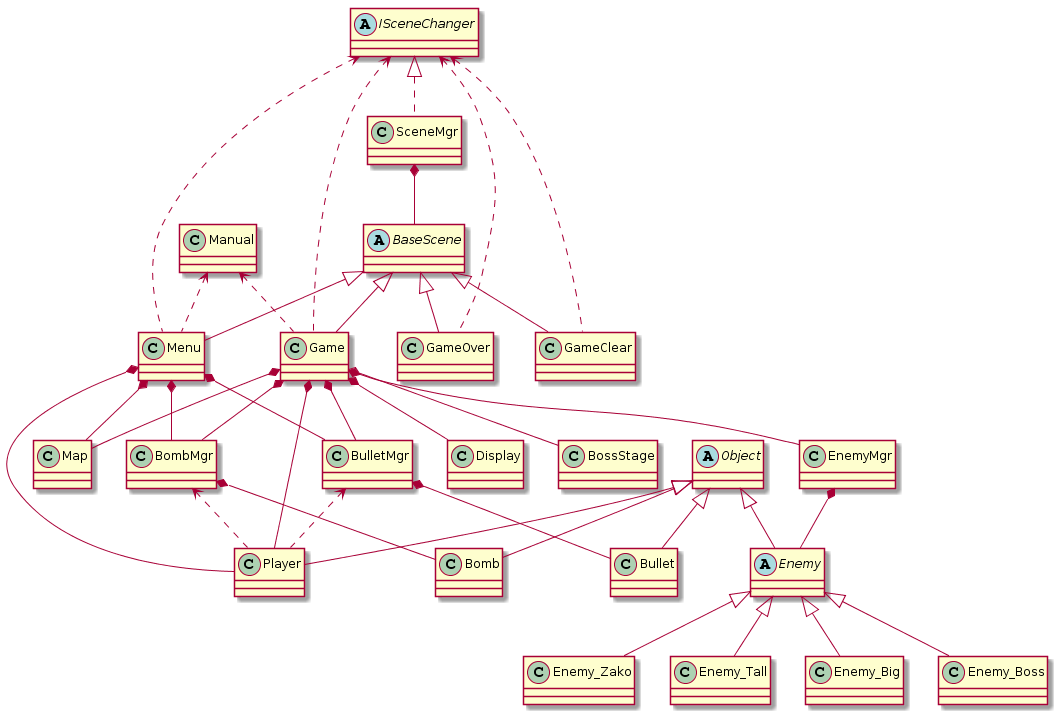
This is ClassDiagram/classdiagram.png from tako39/ActionGame, a PlantUML export, as it was before one commit.
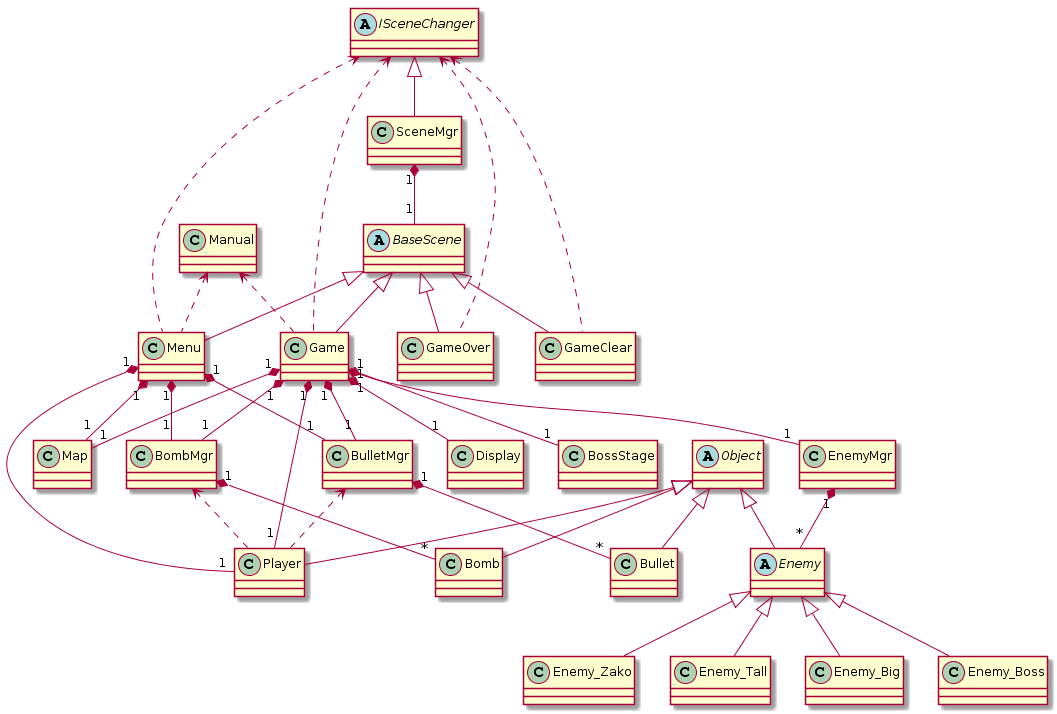
The same diagram one commit later.

Commit message:
操作説明の変更、クラス図の変更

What changed in the source:
```diff
@@ -26,48 +26,48 @@
 class BombMgr
 class Bomb
 
-SceneMgr *-- BaseScene
+SceneMgr "1" *-- "1" BaseScene
 
 BaseScene <|-- Menu
 BaseScene <|-- Game
 BaseScene <|-- GameOver
 BaseScene <|-- GameClear
 
-ISceneChanger <|.. SceneMgr
-ISceneChanger <.. Game
-ISceneChanger <.. Menu
-ISceneChanger <.. GameOver
-ISceneChanger <.. GameClear
+ISceneChanger <|-- SceneMgr
+ISceneChanger <..  Game
+ISceneChanger <..  Menu
+ISceneChanger <..  GameOver
+ISceneChanger <..  GameClear
 
 Manual <.. Game
 Manual <.. Menu
 
 Object <|-- Player
 Object <|-- Enemy
-Enemy <|-- Enemy_Zako
-Enemy <|-- Enemy_Tall
-Enemy <|-- Enemy_Big
-Enemy <|-- Enemy_Boss
+Enemy  <|-- Enemy_Zako
+Enemy  <|-- Enemy_Tall
+Enemy  <|-- Enemy_Big
+Enemy  <|-- Enemy_Boss
 Object <|-- Bullet
 Object <|-- Bomb
 
-Menu *-- Player
-Menu *-- BulletMgr
-Menu *-- BombMgr
-Menu *-- Map
+Menu "1" *-- "1" Player
+Menu "1" *-- "1" BulletMgr
+Menu "1" *-- "1" BombMgr
+Menu "1" *-- "1" Map
 
-Game o-- BossStage
-Game *-- Player
-Game *-- EnemyMgr
-Game *-- BulletMgr
-Game *-- BombMgr
-Game *-- Map
-Game *-- Display
+Game "1" o-- "1" BossStage
+Game "1" *-- "1" Player
+Game "1" *-- "1" EnemyMgr
+Game "1" *-- "1" BulletMgr
+Game "1" *-- "1" BombMgr
+Game "1" *-- "1" Map
+Game "1" *-- "1" Display
 
 BulletMgr <.. Player
-BombMgr <.. Player
+BombMgr   <.. Player
 
-EnemyMgr *-- Enemy
-BulletMgr *-- Bullet
-BombMgr *-- Bomb
+EnemyMgr  "1" *-- "*" Enemy
+BulletMgr "1" *-- "*" Bullet
+BombMgr   "1" *-- "*" Bomb
 @enduml
```
